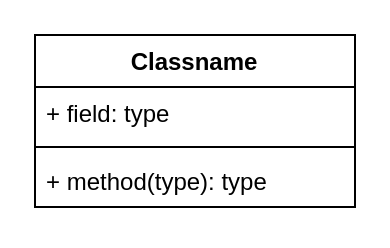
William-Practice/William-Practice keeps this draw.io diagram as UML.drawio. Above is the earlier version. Source tidied: cells renumbered, new cells numbered last; positions are measured from the earlier drawing's top-left corner, leaving out a move shared by most shapes. Both pictures are drawn from the tidied source at 200%, with x=0, y=0 at pixel (34, 34).
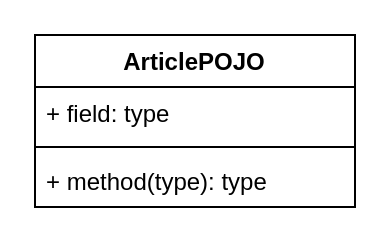
Above is the later version.

Diff of the diagram source:
```diff
@@
 <mxGraphModel>
   <root>
     <mxCell id="0" />
     <mxCell id="1" parent="0" />
-    <mxCell id="2" value="Classname" style="swimlane;fontStyle=1;align=center;verticalAlign=top;horizontal=1;startSize=26;whiteSpace=wrap;html=1;" parent="1" vertex="1">
+    <mxCell id="2" value="ArticlePOJO" style="swimlane;fontStyle=1;align=center;verticalAlign=top;horizontal=1;startSize=26;whiteSpace=wrap;html=1;" parent="1" vertex="1">
       <mxGeometry width="160" height="86" as="geometry" />
     </mxCell>
     <mxCell id="3" value="+ field: type" style="text;strokeColor=none;fillColor=none;align=left;verticalAlign=top;spacingLeft=4;spacingRight=4;overflow=hidden;whiteSpace=wrap;html=1;" parent="2" vertex="1">
       <mxGeometry y="26" width="160" height="26" as="geometry" />
     </mxCell>
     <mxCell id="4" style="line;strokeWidth=1;fillColor=none;align=left;verticalAlign=middle;spacingTop=-1;spacingLeft=3;spacingRight=3;labelPosition=right;strokeColor=inherit;" parent="2" vertex="1">
       <mxGeometry y="52" width="160" height="8" as="geometry" />
     </mxCell>
     <mxCell id="5" value="+ method(type): type" style="text;strokeColor=none;fillColor=none;align=left;verticalAlign=top;spacingLeft=4;spacingRight=4;overflow=hidden;whiteSpace=wrap;html=1;" parent="2" vertex="1">
       <mxGeometry y="60" width="160" height="26" as="geometry" />
     </mxCell>
   </root>
 </mxGraphModel>
```
